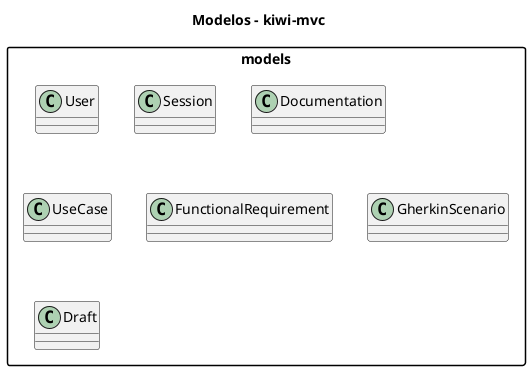
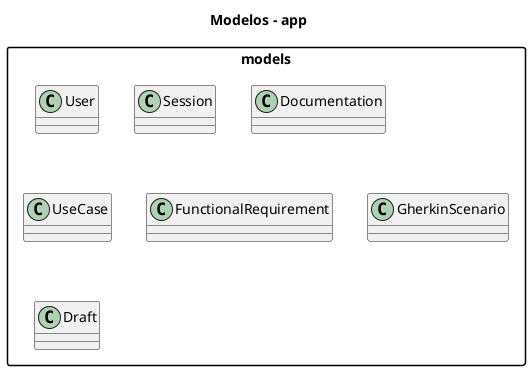
@startuml
skinparam packageStyle rectangle
skinparam shadowing false
skinparam classAttributeIconSize 0

- title Modelos - kiwi-mvc
+ title Modelos - app

package "models" {

  class User
  class Session
  class Documentation
  class UseCase
  class FunctionalRequirement
  class GherkinScenario
  class Draft

}

- @enduml+ @enduml
